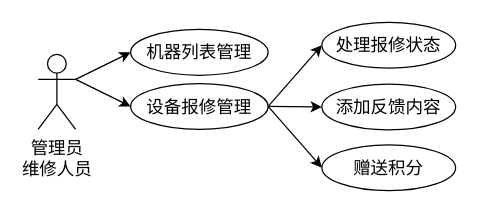
This is 管理员-设备管理.drawio from mochaDMQ/myPicture, a draw.io file, before an edit. Source tidied: cells renumbered, new cells numbered last; positions are measured from the earlier drawing's top-left corner, leaving out a move shared by most shapes. Both pictures are drawn from the tidied source at 125%, with x=0, y=0 at pixel (38, 21).
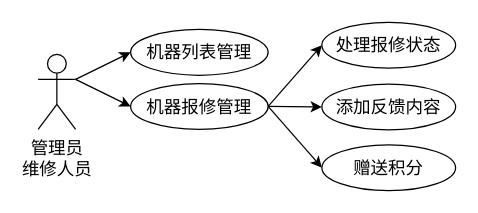
The same page after the edit.

Commit message:
更新管理员-设备管理.drawio

What changed in the source:
```diff
@@
 <mxGraphModel>
   <root>
     <mxCell id="0" />
     <mxCell id="1" parent="0" />
     <mxCell id="2" style="rounded=0;jettySize=auto;html=1;exitX=1;exitY=0.3333333333333333;exitDx=0;exitDy=0;exitPerimeter=0;entryX=0;entryY=0.5;entryDx=0;entryDy=0;fontSize=14;fontFamily=宋体;" parent="1" edge="1" source="4" target="9">
       <mxGeometry relative="1" as="geometry" />
     </mxCell>
     <mxCell id="3" style="rounded=0;jettySize=auto;html=1;exitX=1;exitY=0.3333333333333333;exitDx=0;exitDy=0;exitPerimeter=0;entryX=0;entryY=0.5;entryDx=0;entryDy=0;fontSize=14;fontFamily=宋体;" parent="1" edge="1" source="4" target="8">
       <mxGeometry relative="1" as="geometry" />
     </mxCell>
     <mxCell id="4" value="管理员&lt;div&gt;维修人员&lt;/div&gt;" style="shape=umlActor;verticalLabelPosition=bottom;verticalAlign=top;html=1;outlineConnect=0;fontSize=14;fontFamily=宋体;" parent="1" vertex="1">
       <mxGeometry y="26" width="30" height="60" as="geometry" />
     </mxCell>
     <mxCell id="5" style="edgeStyle=none;rounded=0;jettySize=auto;html=1;exitX=1;exitY=0.5;exitDx=0;exitDy=0;entryX=0;entryY=0.5;entryDx=0;entryDy=0;fontSize=14;fontFamily=宋体;" parent="1" edge="1" source="8" target="11">
       <mxGeometry relative="1" as="geometry" />
     </mxCell>
     <mxCell id="6" style="edgeStyle=none;rounded=0;jettySize=auto;html=1;exitX=1;exitY=0.5;exitDx=0;exitDy=0;entryX=0;entryY=0.5;entryDx=0;entryDy=0;fontSize=14;fontFamily=宋体;" parent="1" edge="1" source="8" target="12">
       <mxGeometry relative="1" as="geometry" />
     </mxCell>
     <mxCell id="7" style="edgeStyle=none;rounded=0;jettySize=auto;html=1;exitX=1;exitY=0.5;exitDx=0;exitDy=0;entryX=0;entryY=0.5;entryDx=0;entryDy=0;fontSize=14;fontFamily=宋体;" parent="1" edge="1" source="8" target="10">
       <mxGeometry relative="1" as="geometry" />
     </mxCell>
-    <mxCell id="8" value="设备报修管理" style="ellipse;whiteSpace=wrap;html=1;fontSize=14;fontFamily=宋体;" parent="1" vertex="1">
+    <mxCell id="8" value="机器报修管理" style="ellipse;whiteSpace=wrap;html=1;fontSize=14;fontFamily=宋体;" parent="1" vertex="1">
       <mxGeometry x="74" y="49.3" width="110" height="36.7" as="geometry" />
     </mxCell>
     <mxCell id="9" value="机器列表管理" style="ellipse;whiteSpace=wrap;html=1;fontSize=14;fontFamily=宋体;" parent="1" vertex="1">
       <mxGeometry x="74" y="6" width="110" height="36.7" as="geometry" />
     </mxCell>
     <mxCell id="10" value="赠送积分" style="ellipse;whiteSpace=wrap;html=1;fontSize=14;fontFamily=宋体;" parent="1" vertex="1">
       <mxGeometry x="227" y="98.3" width="107" height="36.7" as="geometry" />
     </mxCell>
     <mxCell id="11" value="处理报修状态" style="ellipse;whiteSpace=wrap;html=1;fontSize=14;fontFamily=宋体;" parent="1" vertex="1">
       <mxGeometry x="227" y="0.3" width="107" height="36.7" as="geometry" />
     </mxCell>
     <mxCell id="12" value="添加反馈内容" style="ellipse;whiteSpace=wrap;html=1;fontSize=14;fontFamily=宋体;" parent="1" vertex="1">
       <mxGeometry x="227" y="49.7" width="107" height="36.7" as="geometry" />
     </mxCell>
   </root>
 </mxGraphModel>
```
